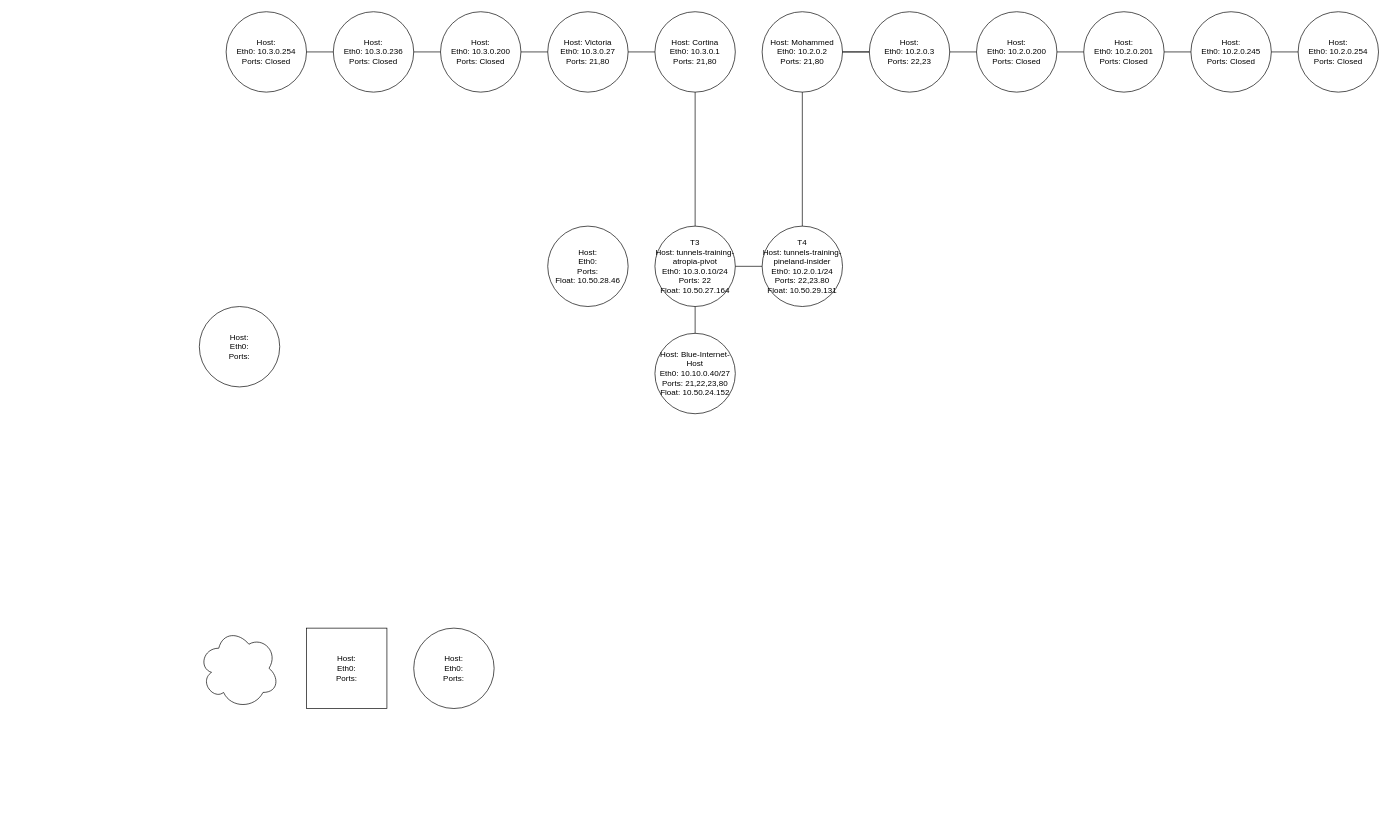
Above: Untitled Diagram.drawio in matthewjrobinson24/networking (draw.io), before the change. Source tidied: cells renumbered, new cells numbered last; positions are measured from the earlier drawing's top-left corner, leaving out a move shared by most shapes. Both pictures are drawn from the tidied source at 67%, with x=0, y=0 at pixel (198, 11).
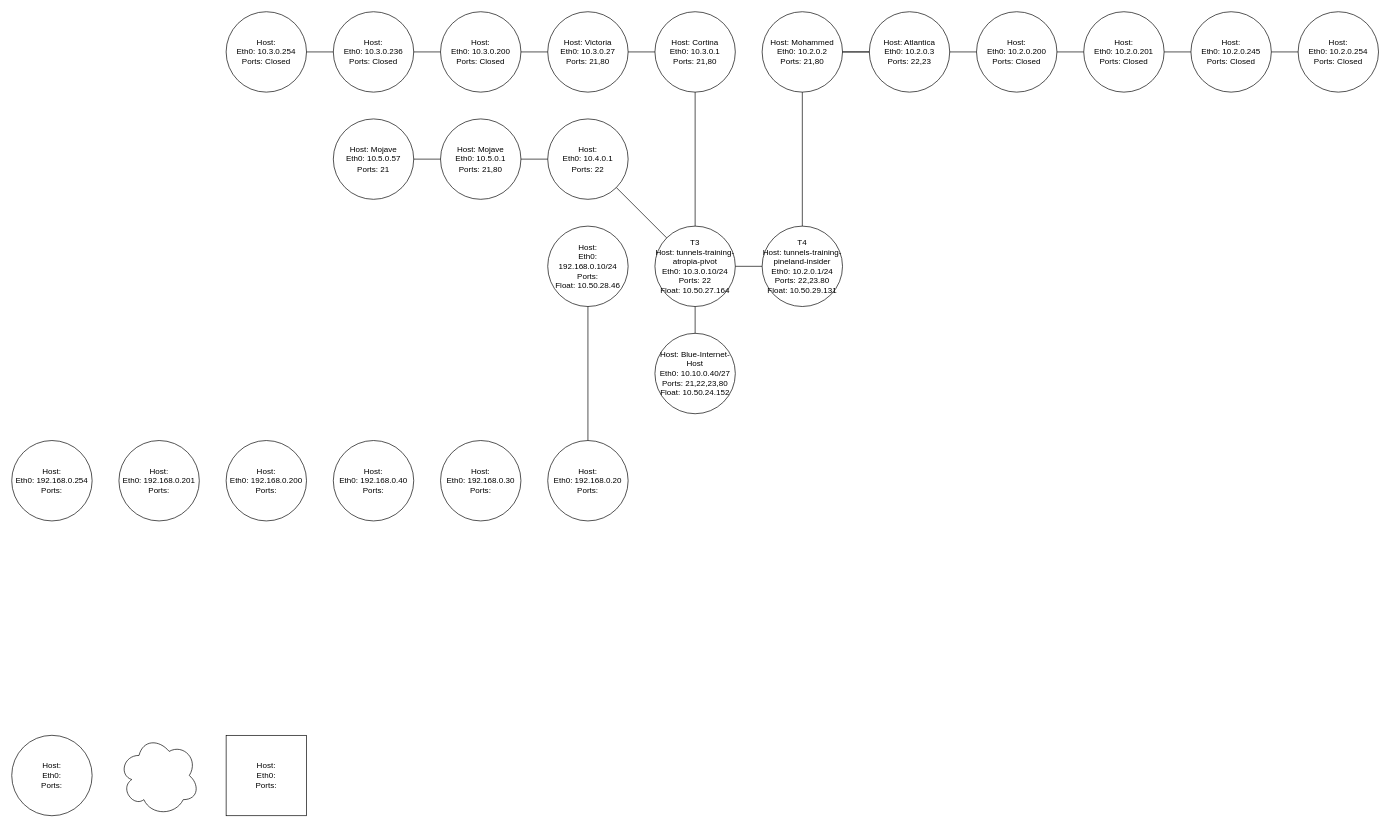
The same diagram, later.

Unchanged cells that the change refers to:
```xml
<mxCell id="6" value="&lt;div&gt;T3&lt;br&gt;&lt;/div&gt;&lt;div&gt;Host: tunnels-training-atropia-pivot&lt;br&gt;&lt;/div&gt;&lt;div&gt;Eth0: 10.3.0.10/24&lt;br&gt;&lt;/div&gt;&lt;div&gt;Ports: 22&lt;/div&gt;&lt;div&gt;Float: 10.50.27.164&lt;br&gt;&lt;/div&gt;" style="ellipse;whiteSpace=wrap;html=1;" parent="1" vertex="1">
  <mxGeometry x="681" y="320" width="120" height="120" as="geometry" />
</mxCell>
```

The edit, as a diff of the source:
```diff
@@
-    <mxCell id="2" value="&lt;div&gt;Host: &lt;br&gt;&lt;/div&gt;&lt;div&gt;Eth0: &lt;br&gt;&lt;/div&gt;&lt;div&gt;Ports: &lt;br&gt;&lt;/div&gt;" style="ellipse;whiteSpace=wrap;html=1;" parent="1" vertex="1">
-      <mxGeometry x="1" y="440" width="120" height="120" as="geometry" />
-    </mxCell>
     <mxCell id="3" value="&lt;div&gt;Host: &lt;br&gt;&lt;/div&gt;&lt;div&gt;Eth0: &lt;br&gt;&lt;/div&gt;&lt;div&gt;Ports: &lt;br&gt;&lt;/div&gt;" style="whiteSpace=wrap;html=1;" parent="1" vertex="1">
-      <mxGeometry x="161" y="920" width="120" height="120" as="geometry" />
+      <mxGeometry x="41" y="1080" width="120" height="120" as="geometry" />
     </mxCell>
     <mxCell id="4" style="ellipse;shape=cloud;whiteSpace=wrap;html=1;" parent="1" vertex="1">
-      <mxGeometry y="920" width="120" height="120" as="geometry" />
+      <mxGeometry x="-119" y="1080" width="120" height="120" as="geometry" />
     </mxCell>
     <mxCell id="5" value="&lt;div&gt;Host: &lt;br&gt;&lt;/div&gt;&lt;div&gt;Eth0: &lt;br&gt;&lt;/div&gt;&lt;div&gt;Ports: &lt;br&gt;&lt;/div&gt;" style="ellipse;whiteSpace=wrap;html=1;" parent="1" vertex="1">
-      <mxGeometry x="321" y="920" width="120" height="120" as="geometry" />
+      <mxGeometry x="-279" y="1080" width="120" height="120" as="geometry" />
     </mxCell>
@@
-    <mxCell id="10" value="&lt;div&gt;Host: &lt;br&gt;&lt;/div&gt;&lt;div&gt;Eth0: 10.2.0.3&lt;br&gt;&lt;/div&gt;&lt;div&gt;Ports: 22,23&lt;br&gt;&lt;/div&gt;" style="ellipse;whiteSpace=wrap;html=1;" parent="1" vertex="1">
+    <mxCell id="10" value="&lt;div&gt;Host: Atlantica&lt;br&gt;&lt;/div&gt;&lt;div&gt;Eth0: 10.2.0.3&lt;br&gt;&lt;/div&gt;&lt;div&gt;Ports: 22,23&lt;br&gt;&lt;/div&gt;" style="ellipse;whiteSpace=wrap;html=1;" parent="1" vertex="1">
       <mxGeometry x="1001" width="120" height="120" as="geometry" />
     </mxCell>
@@
-    <mxCell id="22" value="&lt;div&gt;Host: &lt;br&gt;&lt;/div&gt;&lt;div&gt;Eth0: &lt;br&gt;&lt;/div&gt;&lt;div&gt;Ports: &lt;br&gt;&lt;/div&gt;&lt;div&gt;Float: 10.50.28.46&lt;br&gt;&lt;/div&gt;" style="ellipse;whiteSpace=wrap;html=1;" parent="1" vertex="1">
+    <mxCell id="22" value="&lt;div&gt;Host: &lt;br&gt;&lt;/div&gt;&lt;div&gt;Eth0: 192.168.0.10/24&lt;br&gt;&lt;/div&gt;&lt;div&gt;Ports: &lt;br&gt;&lt;/div&gt;&lt;div&gt;Float: 10.50.28.46&lt;br&gt;&lt;/div&gt;" style="ellipse;whiteSpace=wrap;html=1;" parent="1" vertex="1">
       <mxGeometry x="521" y="320" width="120" height="120" as="geometry" />
     </mxCell>
@@
+    <mxCell id="35" value="&lt;div&gt;Host: Mojave&lt;br&gt;&lt;/div&gt;&lt;div&gt;Eth0: 10.5.0.1&lt;br&gt;&lt;/div&gt;&lt;div&gt;Ports: 21,80&lt;br&gt;&lt;/div&gt;" style="ellipse;whiteSpace=wrap;html=1;" parent="1" vertex="1">
+      <mxGeometry x="361" y="160" width="120" height="120" as="geometry" />
+    </mxCell>
+    <mxCell id="36" value="&lt;div&gt;Host: &lt;br&gt;&lt;/div&gt;&lt;div&gt;Eth0: 10.4.0.1&lt;br&gt;&lt;/div&gt;&lt;div&gt;Ports: 22&lt;br&gt;&lt;/div&gt;" style="ellipse;whiteSpace=wrap;html=1;" parent="1" vertex="1">
+      <mxGeometry x="521" y="160" width="120" height="120" as="geometry" />
+    </mxCell>
+    <mxCell id="37" style="endArrow=none;html=1;rounded=0;entryX=0;entryY=0;entryDx=0;entryDy=0;exitX=1;exitY=1;exitDx=0;exitDy=0;" parent="1" edge="1" source="36" target="6">
+      <mxGeometry relative="1" as="geometry" />
+    </mxCell>
+    <mxCell id="38" style="endArrow=none;html=1;rounded=0;entryX=0;entryY=0.5;entryDx=0;entryDy=0;exitX=1;exitY=0.5;exitDx=0;exitDy=0;" parent="1" edge="1" source="35" target="36">
+      <mxGeometry relative="1" as="geometry" />
+    </mxCell>
+    <mxCell id="39" value="&lt;div&gt;Host: Mojave&lt;br&gt;&lt;/div&gt;&lt;div&gt;Eth0: 10.5.0.57&lt;br&gt;&lt;/div&gt;&lt;div&gt;Ports: 21&lt;br&gt;&lt;/div&gt;" style="ellipse;whiteSpace=wrap;html=1;" parent="1" vertex="1">
+      <mxGeometry x="201" y="160" width="120" height="120" as="geometry" />
+    </mxCell>
+    <mxCell id="40" style="endArrow=none;html=1;rounded=0;entryX=0;entryY=0.5;entryDx=0;entryDy=0;exitX=1;exitY=0.5;exitDx=0;exitDy=0;" parent="1" edge="1" source="39" target="35">
+      <mxGeometry relative="1" as="geometry" />
+    </mxCell>
+    <mxCell id="41" value="&lt;div&gt;Host: &lt;br&gt;&lt;/div&gt;&lt;div&gt;Eth0: 192.168.0.20&lt;br&gt;&lt;/div&gt;&lt;div&gt;Ports: &lt;br&gt;&lt;/div&gt;" style="ellipse;whiteSpace=wrap;html=1;" parent="1" vertex="1">
+      <mxGeometry x="521" y="640" width="120" height="120" as="geometry" />
+    </mxCell>
+    <mxCell id="42" style="endArrow=none;html=1;rounded=0;entryX=0.5;entryY=1;entryDx=0;entryDy=0;exitX=0.5;exitY=0;exitDx=0;exitDy=0;" parent="1" edge="1" source="41" target="22">
+      <mxGeometry relative="1" as="geometry" />
+    </mxCell>
+    <mxCell id="43" value="&lt;div&gt;Host: &lt;br&gt;&lt;/div&gt;&lt;div&gt;Eth0: 192.168.0.30&lt;br&gt;&lt;/div&gt;&lt;div&gt;Ports: &lt;br&gt;&lt;/div&gt;" style="ellipse;whiteSpace=wrap;html=1;" parent="1" vertex="1">
+      <mxGeometry x="361" y="640" width="120" height="120" as="geometry" />
+    </mxCell>
+    <mxCell id="44" value="&lt;div&gt;Host: &lt;br&gt;&lt;/div&gt;&lt;div&gt;Eth0: 192.168.0.40&lt;br&gt;&lt;/div&gt;&lt;div&gt;Ports: &lt;br&gt;&lt;/div&gt;" style="ellipse;whiteSpace=wrap;html=1;" parent="1" vertex="1">
+      <mxGeometry x="201" y="640" width="120" height="120" as="geometry" />
+    </mxCell>
+    <mxCell id="45" value="&lt;div&gt;Host: &lt;br&gt;&lt;/div&gt;&lt;div&gt;Eth0: 192.168.0.200&lt;br&gt;&lt;/div&gt;&lt;div&gt;Ports: &lt;br&gt;&lt;/div&gt;" style="ellipse;whiteSpace=wrap;html=1;" parent="1" vertex="1">
+      <mxGeometry x="41" y="640" width="120" height="120" as="geometry" />
+    </mxCell>
+    <mxCell id="46" value="&lt;div&gt;Host: &lt;br&gt;&lt;/div&gt;&lt;div&gt;Eth0: 192.168.0.201&lt;br&gt;&lt;/div&gt;&lt;div&gt;Ports: &lt;br&gt;&lt;/div&gt;" style="ellipse;whiteSpace=wrap;html=1;" parent="1" vertex="1">
+      <mxGeometry x="-119" y="640" width="120" height="120" as="geometry" />
+    </mxCell>
+    <mxCell id="47" value="&lt;div&gt;Host: &lt;br&gt;&lt;/div&gt;&lt;div&gt;Eth0: 192.168.0.254&lt;br&gt;&lt;/div&gt;&lt;div&gt;Ports: &lt;br&gt;&lt;/div&gt;" style="ellipse;whiteSpace=wrap;html=1;" parent="1" vertex="1">
+      <mxGeometry x="-279" y="640" width="120" height="120" as="geometry" />
+    </mxCell>
```
